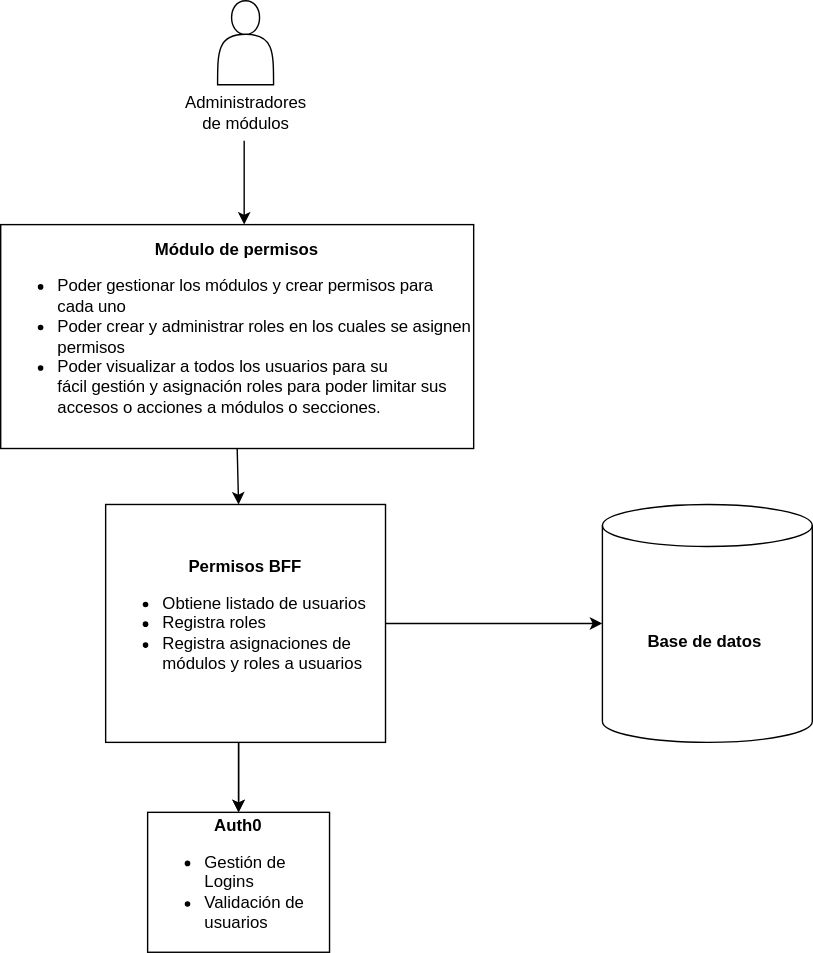
dani99m/Diagramas keeps this draw.io diagram as Diagrama C2 Módulo de permisos.svg. Above is the earlier version. Source tidied: cells renumbered, new cells last; positions are measured from the earlier drawing's top-left corner, leaving out a move shared by most shapes.
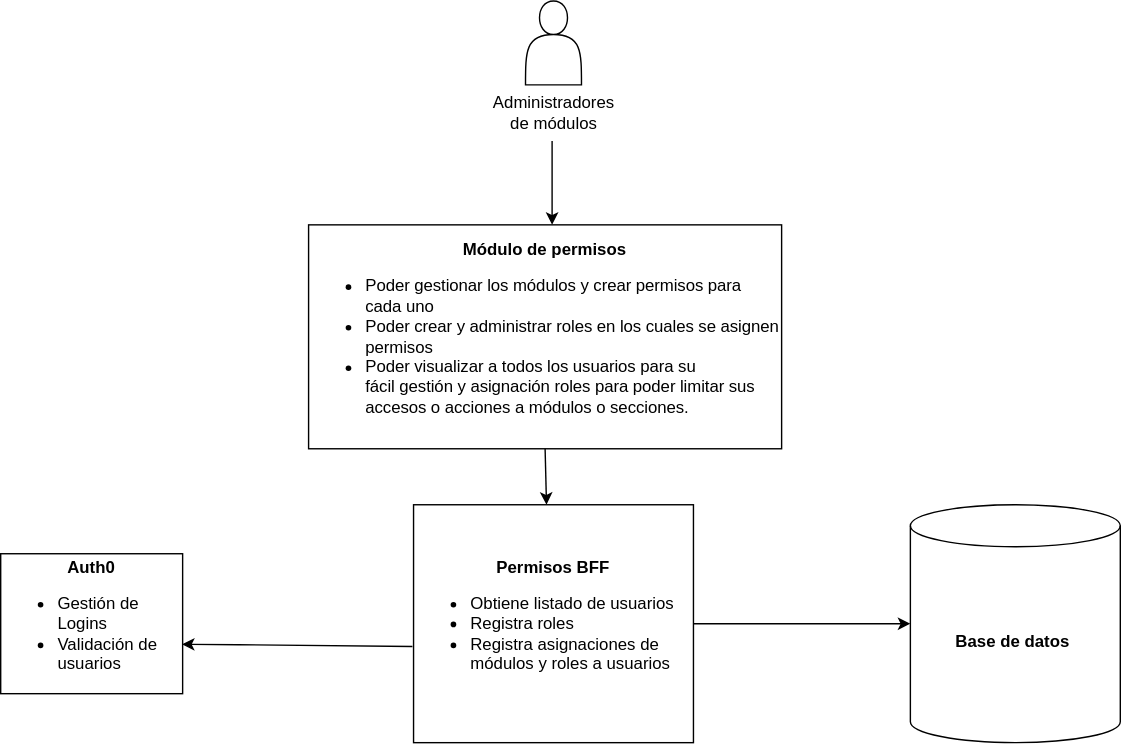
Later version of the same file.

Diff of the diagram source:
```diff
@@ -35,25 +35,22 @@
         <mxPoint x="270" y="445" as="sourcePoint" />
       </mxGeometry>
     </mxCell>
-    <mxCell id="9" style="edgeStyle=orthogonalEdgeStyle;rounded=0;jettySize=auto;html=1;" parent="1" edge="1" target="11">
-      <mxGeometry relative="1" as="geometry">
-        <mxPoint x="170" y="530" as="sourcePoint" />
-      </mxGeometry>
-    </mxCell>
     <mxCell id="10" value="&lt;b&gt;Base de datos&amp;nbsp;&lt;/b&gt;" style="shape=cylinder3;whiteSpace=wrap;html=1;boundedLbl=1;backgroundOutline=1;size=15;" parent="1" vertex="1">
       <mxGeometry x="430" y="360" width="150" height="170" as="geometry" />
     </mxCell>
     <mxCell id="11" value="&lt;b&gt;Auth0&lt;/b&gt;&lt;br&gt;&lt;div style=&quot;text-align: left;&quot;&gt;&lt;ul&gt;&lt;li&gt;&lt;span style=&quot;background-color: initial;&quot;&gt;Gestión de Logins&lt;/span&gt;&lt;/li&gt;&lt;li&gt;&lt;span style=&quot;background-color: initial;&quot;&gt;Validación de usuarios&lt;/span&gt;&lt;/li&gt;&lt;/ul&gt;&lt;/div&gt;" style="rounded=0;whiteSpace=wrap;html=1;" parent="1" vertex="1">
-      <mxGeometry x="105" y="580" width="130" height="100" as="geometry" />
+      <mxGeometry x="-220" y="395" width="130" height="100" as="geometry" />
     </mxCell>
     <mxCell id="12" style="endArrow=classic;html=1;rounded=0;exitX=0.5;exitY=1;exitDx=0;exitDy=0;entryX=0.5;entryY=0;entryDx=0;entryDy=0;" parent="1" edge="1" source="5">
       <mxGeometry relative="1" as="geometry">
         <mxPoint x="170" y="360" as="targetPoint" />
       </mxGeometry>
     </mxCell>
-    <mxCell id="13" style="endArrow=classic;html=1;rounded=0;" parent="1" edge="1" target="11">
+    <mxCell id="13" style="endArrow=classic;html=1;rounded=0;exitX=-0.004;exitY=0.596;exitDx=0;exitDy=0;entryX=0.996;entryY=0.647;entryDx=0;entryDy=0;entryPerimeter=0;exitPerimeter=0;" parent="1" edge="1" source="14" target="11">
       <mxGeometry relative="1" as="geometry">
-        <mxPoint x="170" y="530" as="sourcePoint" />
+        <Array as="points">
+          <mxPoint x="-50" y="460" />
+        </Array>
       </mxGeometry>
     </mxCell>
     <mxCell id="14" value="&lt;b&gt;Permisos BFF&lt;/b&gt;&lt;br&gt;&lt;div style=&quot;text-align: left;&quot;&gt;&lt;ul&gt;&lt;li&gt;&lt;span style=&quot;background-color: initial;&quot;&gt;Obtiene listado de usuarios&lt;/span&gt;&lt;/li&gt;&lt;li&gt;Registra roles&lt;/li&gt;&lt;li&gt;Registra asignaciones de módulos y roles a usuarios&lt;/li&gt;&lt;/ul&gt;&lt;/div&gt;" style="rounded=0;whiteSpace=wrap;html=1;" parent="1" vertex="1">
```
